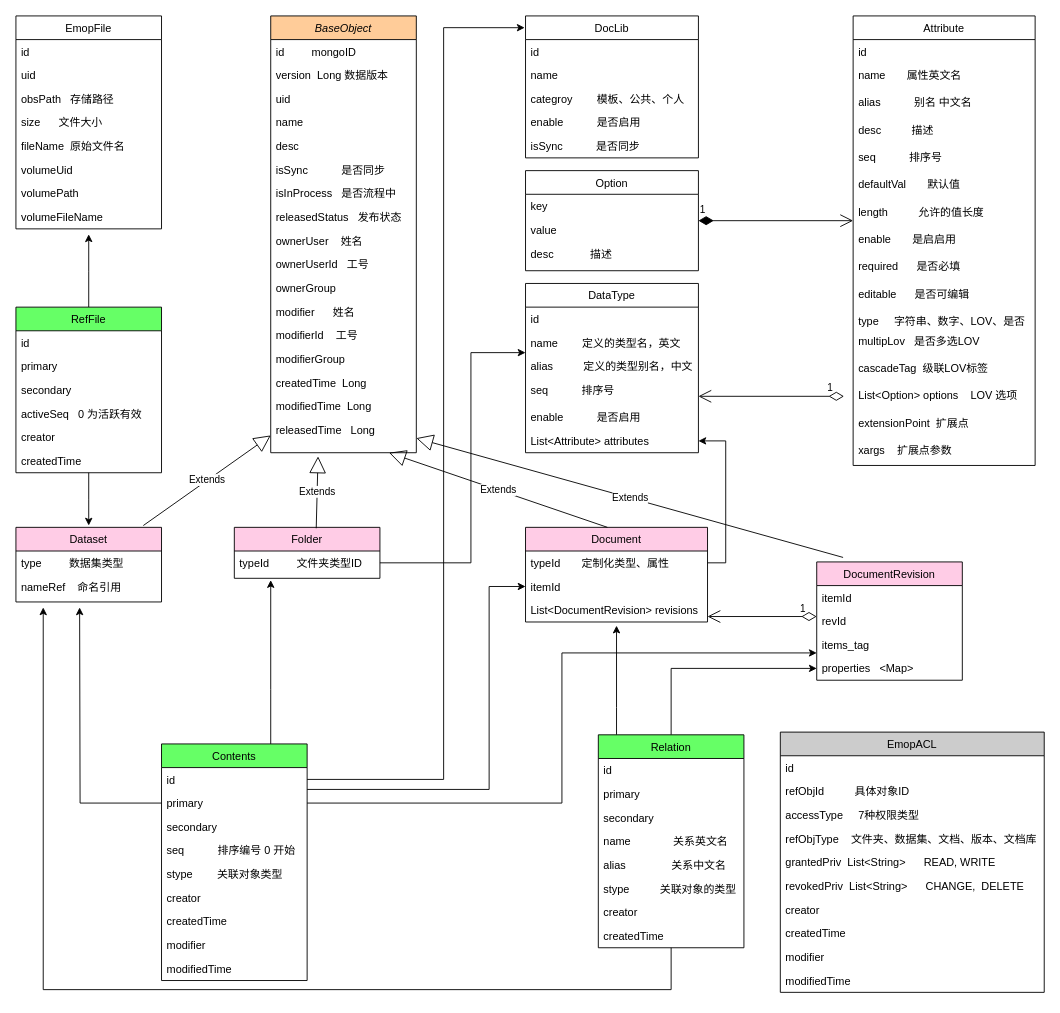
This is doc.drawio from lvmq/emop, a draw.io file, before an edit. Source tidied: cells renumbered, new cells numbered last; positions are measured from the earlier drawing's top-left corner, leaving out a move shared by most shapes. Both pictures are drawn from the tidied source at 91%, with x=0, y=0 at pixel (15, 15).
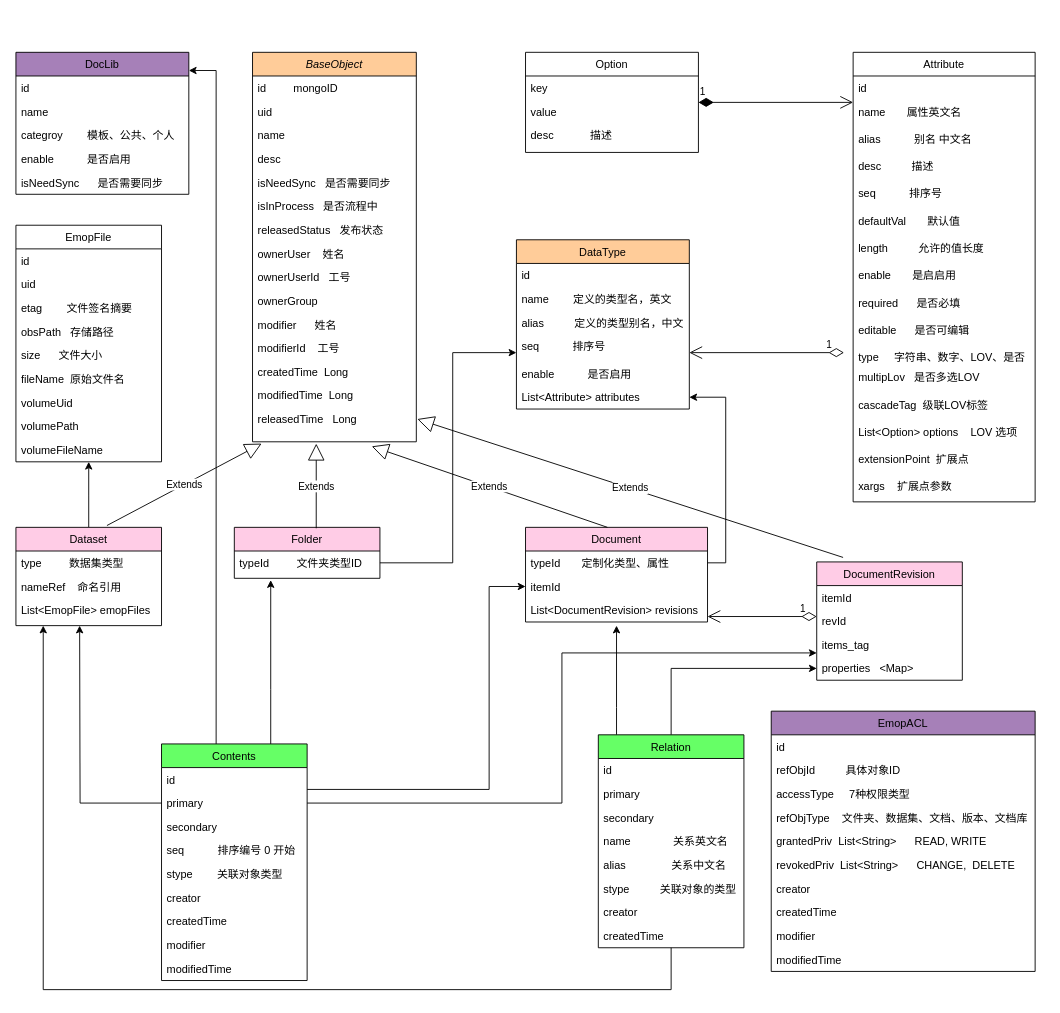
Above is the later version.

Unchanged cells that the change refers to:
```xml
<mxCell id="24" value="typeId         文件夹类型ID" style="text;align=left;verticalAlign=top;spacingLeft=4;spacingRight=4;overflow=hidden;points=[[0,0.5],[1,0.5]];portConstraint=eastwest;" parent="23" vertex="1">
  <mxGeometry y="26" width="160" height="26" as="geometry" />
</mxCell>
<mxCell id="29" value="DocumentRevision" style="swimlane;fontStyle=0;align=center;verticalAlign=top;horizontal=1;startSize=26;rounded=0;shadow=0;strokeWidth=1;fillColor=#FFCCE6;" parent="1" vertex="1">
  <mxGeometry x="880" y="600" width="160" height="130" as="geometry" />
</mxCell>
<mxCell id="53" value="Contents" style="swimlane;fontStyle=0;align=center;verticalAlign=top;horizontal=1;startSize=26;rounded=0;shadow=0;strokeWidth=1;fillColor=#66FF66;" parent="1" vertex="1">
  <mxGeometry x="160" y="800" width="160" height="260" as="geometry" />
</mxCell>
<mxCell id="54" value="id" style="text;align=left;verticalAlign=top;spacingLeft=4;spacingRight=4;overflow=hidden;points=[[0,0.5],[1,0.5]];portConstraint=eastwest;" parent="53" vertex="1">
  <mxGeometry y="26" width="160" height="26" as="geometry" />
</mxCell>
<mxCell id="55" value="primary" style="text;align=left;verticalAlign=top;spacingLeft=4;spacingRight=4;overflow=hidden;points=[[0,0.5],[1,0.5]];portConstraint=eastwest;" parent="53" vertex="1">
  <mxGeometry y="52" width="160" height="26" as="geometry" />
</mxCell>
<mxCell id="73" value="createdTime" style="text;align=left;verticalAlign=top;spacingLeft=4;spacingRight=4;overflow=hidden;points=[[0,0.5],[1,0.5]];portConstraint=eastwest;" parent="65" vertex="1">
  <mxGeometry y="208" width="160" height="26" as="geometry" />
</mxCell>
```

What changed in the source:
```diff
@@
     <mxCell id="2" value="BaseObject&#10;" style="swimlane;fontStyle=2;align=center;verticalAlign=top;horizontal=1;startSize=26;rounded=0;shadow=0;strokeWidth=1;fillColor=#FFCC99;" parent="1" vertex="1">
-      <mxGeometry x="280" width="160" height="480" as="geometry" />
+      <mxGeometry x="260" y="40" width="180" height="428" as="geometry" />
     </mxCell>
     <mxCell id="3" value="id         mongoID" style="text;align=left;verticalAlign=top;spacingLeft=4;spacingRight=4;overflow=hidden;rounded=0;shadow=0;html=0;" parent="2" vertex="1">
-      <mxGeometry y="26" width="160" height="26" as="geometry" />
+      <mxGeometry y="26" width="180" height="26" as="geometry" />
     </mxCell>
-    <mxCell id="4" value="version  Long 数据版本" style="text;align=left;verticalAlign=top;spacingLeft=4;spacingRight=4;overflow=hidden;rounded=0;shadow=0;html=0;" parent="2" vertex="1">
-      <mxGeometry y="52" width="160" height="26" as="geometry" />
-    </mxCell>
     <mxCell id="5" value="uid" style="text;align=left;verticalAlign=top;spacingLeft=4;spacingRight=4;overflow=hidden;rounded=0;shadow=0;html=0;" parent="2" vertex="1">
-      <mxGeometry y="78" width="160" height="26" as="geometry" />
+      <mxGeometry y="52" width="180" height="26" as="geometry" />
     </mxCell>
     <mxCell id="6" value="name" style="text;align=left;verticalAlign=top;spacingLeft=4;spacingRight=4;overflow=hidden;" parent="2" vertex="1">
-      <mxGeometry y="104" width="160" height="26" as="geometry" />
+      <mxGeometry y="78" width="180" height="26" as="geometry" />
     </mxCell>
     <mxCell id="7" value="desc" style="text;align=left;verticalAlign=top;spacingLeft=4;spacingRight=4;overflow=hidden;rounded=0;shadow=0;html=0;" parent="2" vertex="1">
-      <mxGeometry y="130" width="160" height="26" as="geometry" />
+      <mxGeometry y="104" width="180" height="26" as="geometry" />
     </mxCell>
-    <mxCell id="8" value="isSync           是否同步" style="text;align=left;verticalAlign=top;spacingLeft=4;spacingRight=4;overflow=hidden;" parent="2" vertex="1">
-      <mxGeometry y="156" width="160" height="26" as="geometry" />
+    <mxCell id="8" value="isNeedSync   是否需要同步" style="text;align=left;verticalAlign=top;spacingLeft=4;spacingRight=4;overflow=hidden;" parent="2" vertex="1">
+      <mxGeometry y="130" width="180" height="26" as="geometry" />
     </mxCell>
     <mxCell id="9" value="isInProcess   是否流程中" style="text;align=left;verticalAlign=top;spacingLeft=4;spacingRight=4;overflow=hidden;" parent="2" vertex="1">
-      <mxGeometry y="182" width="160" height="26" as="geometry" />
+      <mxGeometry y="156" width="180" height="26" as="geometry" />
     </mxCell>
     <mxCell id="10" value="releasedStatus   发布状态" style="text;align=left;verticalAlign=top;spacingLeft=4;spacingRight=4;overflow=hidden;rounded=0;shadow=0;html=0;" parent="2" vertex="1">
-      <mxGeometry y="208" width="160" height="26" as="geometry" />
+      <mxGeometry y="182" width="180" height="26" as="geometry" />
     </mxCell>
     <mxCell id="11" value="ownerUser    姓名" style="text;align=left;verticalAlign=top;spacingLeft=4;spacingRight=4;overflow=hidden;rounded=0;shadow=0;html=0;" parent="2" vertex="1">
-      <mxGeometry y="234" width="160" height="26" as="geometry" />
+      <mxGeometry y="208" width="180" height="26" as="geometry" />
     </mxCell>
     <mxCell id="12" value="ownerUserId   工号" style="text;align=left;verticalAlign=top;spacingLeft=4;spacingRight=4;overflow=hidden;rounded=0;shadow=0;html=0;" parent="2" vertex="1">
-      <mxGeometry y="260" width="160" height="26" as="geometry" />
+      <mxGeometry y="234" width="180" height="26" as="geometry" />
     </mxCell>
     <mxCell id="13" value="ownerGroup" style="text;align=left;verticalAlign=top;spacingLeft=4;spacingRight=4;overflow=hidden;rounded=0;shadow=0;html=0;" parent="2" vertex="1">
-      <mxGeometry y="286" width="160" height="26" as="geometry" />
+      <mxGeometry y="260" width="180" height="26" as="geometry" />
     </mxCell>
     <mxCell id="14" value="modifier      姓名" style="text;align=left;verticalAlign=top;spacingLeft=4;spacingRight=4;overflow=hidden;rounded=0;shadow=0;html=0;" parent="2" vertex="1">
-      <mxGeometry y="312" width="160" height="26" as="geometry" />
+      <mxGeometry y="286" width="180" height="26" as="geometry" />
     </mxCell>
     <mxCell id="15" value="modifierId    工号" style="text;align=left;verticalAlign=top;spacingLeft=4;spacingRight=4;overflow=hidden;rounded=0;shadow=0;html=0;" parent="2" vertex="1">
-      <mxGeometry y="338" width="160" height="26" as="geometry" />
+      <mxGeometry y="312" width="180" height="26" as="geometry" />
     </mxCell>
-    <mxCell id="16" value="modifierGroup" style="text;align=left;verticalAlign=top;spacingLeft=4;spacingRight=4;overflow=hidden;rounded=0;shadow=0;html=0;" parent="2" vertex="1">
-      <mxGeometry y="364" width="160" height="26" as="geometry" />
-    </mxCell>
     <mxCell id="17" value="createdTime  Long" style="text;align=left;verticalAlign=top;spacingLeft=4;spacingRight=4;overflow=hidden;rounded=0;shadow=0;html=0;" parent="2" vertex="1">
-      <mxGeometry y="390" width="160" height="26" as="geometry" />
+      <mxGeometry y="338" width="180" height="26" as="geometry" />
     </mxCell>
     <mxCell id="18" value="modifiedTime  Long" style="text;align=left;verticalAlign=top;spacingLeft=4;spacingRight=4;overflow=hidden;rounded=0;shadow=0;html=0;" parent="2" vertex="1">
-      <mxGeometry y="416" width="160" height="26" as="geometry" />
+      <mxGeometry y="364" width="180" height="26" as="geometry" />
     </mxCell>
     <mxCell id="19" value="releasedTime   Long" style="text;align=left;verticalAlign=top;spacingLeft=4;spacingRight=4;overflow=hidden;points=[[0,0.5],[1,0.5]];portConstraint=eastwest;rounded=0;shadow=0;html=0;" parent="2" vertex="1">
-      <mxGeometry y="442" width="160" height="38" as="geometry" />
+      <mxGeometry y="390" width="180" height="38" as="geometry" />
     </mxCell>
+    <mxCell id="133" style="edgeStyle=orthogonalEdgeStyle;rounded=0;jettySize=auto;html=1;" parent="1" edge="1" source="20">
+      <mxGeometry relative="1" as="geometry">
+        <mxPoint x="80" y="490" as="targetPoint" />
+      </mxGeometry>
+    </mxCell>
     <mxCell id="20" value="Dataset&#10;" style="swimlane;fontStyle=0;align=center;verticalAlign=top;horizontal=1;startSize=26;rounded=0;shadow=0;strokeWidth=1;fillColor=#FFCCE6;" parent="1" vertex="1">
-      <mxGeometry y="562" width="160" height="82" as="geometry" />
+      <mxGeometry y="562" width="160" height="108" as="geometry" />
     </mxCell>
@@
+    <mxCell id="134" value="List&lt;EmopFile&gt; emopFiles" style="text;align=left;verticalAlign=top;spacingLeft=4;spacingRight=4;overflow=hidden;" parent="20" vertex="1">
+      <mxGeometry y="78" width="160" height="26" as="geometry" />
+    </mxCell>
@@
     <mxCell id="34" value="EmopFile" style="swimlane;fontStyle=0;align=center;verticalAlign=top;horizontal=1;startSize=26;rounded=0;shadow=0;strokeWidth=1;" parent="1" vertex="1">
-      <mxGeometry width="160" height="234" as="geometry" />
+      <mxGeometry y="230" width="160" height="260" as="geometry" />
     </mxCell>
@@
+    <mxCell id="135" value="etag        文件签名摘要" style="text;align=left;verticalAlign=top;spacingLeft=4;spacingRight=4;overflow=hidden;" parent="34" vertex="1">
+      <mxGeometry y="78" width="160" height="26" as="geometry" />
+    </mxCell>
     <mxCell id="37" value="obsPath   存储路径" style="text;align=left;verticalAlign=top;spacingLeft=4;spacingRight=4;overflow=hidden;" parent="34" vertex="1">
-      <mxGeometry y="78" width="160" height="26" as="geometry" />
+      <mxGeometry y="104" width="160" height="26" as="geometry" />
     </mxCell>
     <mxCell id="38" value="size      文件大小" style="text;align=left;verticalAlign=top;spacingLeft=4;spacingRight=4;overflow=hidden;" parent="34" vertex="1">
-      <mxGeometry y="104" width="160" height="26" as="geometry" />
+      <mxGeometry y="130" width="160" height="26" as="geometry" />
     </mxCell>
     <mxCell id="39" value="fileName  原始文件名" style="text;align=left;verticalAlign=top;spacingLeft=4;spacingRight=4;overflow=hidden;" parent="34" vertex="1">
-      <mxGeometry y="130" width="160" height="26" as="geometry" />
+      <mxGeometry y="156" width="160" height="26" as="geometry" />
     </mxCell>
     <mxCell id="40" value="volumeUid" style="text;align=left;verticalAlign=top;spacingLeft=4;spacingRight=4;overflow=hidden;" parent="34" vertex="1">
-      <mxGeometry y="156" width="160" height="26" as="geometry" />
+      <mxGeometry y="182" width="160" height="26" as="geometry" />
     </mxCell>
     <mxCell id="41" value="volumePath" style="text;align=left;verticalAlign=top;spacingLeft=4;spacingRight=4;overflow=hidden;" parent="34" vertex="1">
-      <mxGeometry y="182" width="160" height="26" as="geometry" />
+      <mxGeometry y="208" width="160" height="26" as="geometry" />
     </mxCell>
     <mxCell id="42" value="volumeFileName" style="text;align=left;verticalAlign=top;spacingLeft=4;spacingRight=4;overflow=hidden;" parent="34" vertex="1">
-      <mxGeometry y="208" width="160" height="26" as="geometry" />
+      <mxGeometry y="234" width="160" height="26" as="geometry" />
     </mxCell>
-    <mxCell id="43" style="edgeStyle=orthogonalEdgeStyle;rounded=0;jettySize=auto;html=1;" parent="1" edge="1" source="45">
-      <mxGeometry relative="1" as="geometry">
-        <mxPoint x="80" y="240" as="targetPoint" />
-      </mxGeometry>
-    </mxCell>
-    <mxCell id="44" style="edgeStyle=orthogonalEdgeStyle;rounded=0;jettySize=auto;html=1;" parent="1" edge="1" source="45">
-      <mxGeometry relative="1" as="geometry">
-        <mxPoint x="80" y="560" as="targetPoint" />
-      </mxGeometry>
-    </mxCell>
-    <mxCell id="45" value="RefFile" style="swimlane;fontStyle=0;align=center;verticalAlign=top;horizontal=1;startSize=26;rounded=0;shadow=0;strokeWidth=1;fillColor=#66FF66;" parent="1" vertex="1">
-      <mxGeometry y="320" width="160" height="182" as="geometry" />
-    </mxCell>
-    <mxCell id="46" value="id" style="text;align=left;verticalAlign=top;spacingLeft=4;spacingRight=4;overflow=hidden;" parent="45" vertex="1">
-      <mxGeometry y="26" width="160" height="26" as="geometry" />
-    </mxCell>
-    <mxCell id="47" value="primary" style="text;align=left;verticalAlign=top;spacingLeft=4;spacingRight=4;overflow=hidden;" parent="45" vertex="1">
-      <mxGeometry y="52" width="160" height="26" as="geometry" />
-    </mxCell>
-    <mxCell id="48" value="secondary" style="text;align=left;verticalAlign=top;spacingLeft=4;spacingRight=4;overflow=hidden;" parent="45" vertex="1">
-      <mxGeometry y="78" width="160" height="26" as="geometry" />
-    </mxCell>
-    <mxCell id="49" value="activeSeq   0 为活跃有效" style="text;align=left;verticalAlign=top;spacingLeft=4;spacingRight=4;overflow=hidden;" parent="45" vertex="1">
-      <mxGeometry y="104" width="160" height="26" as="geometry" />
-    </mxCell>
-    <mxCell id="50" value="creator" style="text;align=left;verticalAlign=top;spacingLeft=4;spacingRight=4;overflow=hidden;" parent="45" vertex="1">
-      <mxGeometry y="130" width="160" height="26" as="geometry" />
-    </mxCell>
-    <mxCell id="51" value="createdTime" style="text;align=left;verticalAlign=top;spacingLeft=4;spacingRight=4;overflow=hidden;" parent="45" vertex="1">
-      <mxGeometry y="156" width="160" height="26" as="geometry" />
-    </mxCell>
@@
+    <mxCell id="136" style="edgeStyle=orthogonalEdgeStyle;rounded=0;jettySize=auto;html=1;entryX=1;entryY=0.128;entryDx=0;entryDy=0;entryPerimeter=0;" parent="1" edge="1" source="53" target="99">
+      <mxGeometry relative="1" as="geometry">
+        <Array as="points">
+          <mxPoint x="220" y="60" />
+        </Array>
+      </mxGeometry>
+    </mxCell>
@@
-    <mxCell id="74" value="DataType" style="swimlane;fontStyle=0;align=center;verticalAlign=top;horizontal=1;startSize=26;rounded=0;shadow=0;strokeWidth=1;" parent="1" vertex="1">
-      <mxGeometry x="560" y="294" width="190" height="186" as="geometry" />
+    <mxCell id="74" value="DataType" style="swimlane;fontStyle=0;align=center;verticalAlign=top;horizontal=1;startSize=26;rounded=0;shadow=0;strokeWidth=1;fillColor=#FFCC99;" parent="1" vertex="1">
+      <mxGeometry x="550" y="246" width="190" height="186" as="geometry" />
     </mxCell>
@@
     <mxCell id="81" value="Attribute" style="swimlane;fontStyle=0;align=center;verticalAlign=top;horizontal=1;startSize=26;rounded=0;shadow=0;strokeWidth=1;" parent="1" vertex="1">
-      <mxGeometry x="920" width="200" height="494" as="geometry" />
+      <mxGeometry x="920" y="40" width="200" height="494" as="geometry" />
     </mxCell>
@@
     <mxCell id="98" value="1" style="endArrow=open;html=1;endSize=12;startArrow=diamondThin;startSize=14;startFill=1;edgeStyle=orthogonalEdgeStyle;align=left;verticalAlign=bottom;rounded=0;" parent="1" edge="1">
       <mxGeometry x="-1" y="3" relative="1" as="geometry">
-        <mxPoint x="750" y="225" as="sourcePoint" />
-        <mxPoint x="920" y="225" as="targetPoint" />
+        <mxPoint x="750" y="95" as="sourcePoint" />
+        <mxPoint x="920" y="95" as="targetPoint" />
         <Array as="points">
-          <mxPoint x="910" y="225.5" />
-          <mxPoint x="910" y="225.5" />
+          <mxPoint x="910" y="95.5" />
+          <mxPoint x="910" y="95.5" />
         </Array>
       </mxGeometry>
     </mxCell>
-    <mxCell id="99" value="DocLib" style="swimlane;fontStyle=0;align=center;verticalAlign=top;horizontal=1;startSize=26;rounded=0;shadow=0;strokeWidth=1;" parent="1" vertex="1">
-      <mxGeometry x="560" width="190" height="156" as="geometry" />
+    <mxCell id="99" value="DocLib" style="swimlane;fontStyle=0;align=center;verticalAlign=top;horizontal=1;startSize=26;rounded=0;shadow=0;strokeWidth=1;fillColor=#A680B8;" parent="1" vertex="1">
+      <mxGeometry y="40" width="190" height="156" as="geometry" />
     </mxCell>
@@
-    <mxCell id="104" value="isSync           是否同步" style="text;align=left;verticalAlign=top;spacingLeft=4;spacingRight=4;overflow=hidden;" parent="99" vertex="1">
+    <mxCell id="104" value="isNeedSync      是否需要同步" style="text;align=left;verticalAlign=top;spacingLeft=4;spacingRight=4;overflow=hidden;" parent="99" vertex="1">
       <mxGeometry y="130" width="190" height="26" as="geometry" />
     </mxCell>
     <mxCell id="105" value="Option" style="swimlane;fontStyle=0;align=center;verticalAlign=top;horizontal=1;startSize=26;rounded=0;shadow=0;strokeWidth=1;" parent="1" vertex="1">
-      <mxGeometry x="560" y="170" width="190" height="110" as="geometry" />
+      <mxGeometry x="560" y="40" width="190" height="110" as="geometry" />
     </mxCell>
@@
     <mxCell id="109" value="1" style="endArrow=open;html=1;endSize=12;startArrow=diamondThin;startSize=14;startFill=0;edgeStyle=orthogonalEdgeStyle;align=left;verticalAlign=bottom;rounded=0;" parent="1" edge="1">
       <mxGeometry x="-0.75" relative="1" as="geometry">
-        <mxPoint x="910" y="418" as="sourcePoint" />
-        <mxPoint x="750" y="418" as="targetPoint" />
+        <mxPoint x="910" y="370" as="sourcePoint" />
+        <mxPoint x="740" y="370" as="targetPoint" />
       </mxGeometry>
     </mxCell>
     <mxCell id="110" style="edgeStyle=orthogonalEdgeStyle;rounded=0;jettySize=auto;html=1;" parent="1" edge="1" source="55">
       <mxGeometry relative="1" as="geometry">
-        <mxPoint x="70" y="650" as="targetPoint" />
+        <mxPoint x="70" y="670" as="targetPoint" />
       </mxGeometry>
     </mxCell>
@@
     <mxCell id="114" style="edgeStyle=orthogonalEdgeStyle;rounded=0;jettySize=auto;html=1;" parent="1" edge="1" source="73">
       <mxGeometry relative="1" as="geometry">
-        <mxPoint x="30" y="650" as="targetPoint" />
+        <mxPoint x="30" y="670" as="targetPoint" />
         <Array as="points">
           <mxPoint x="720" y="1070" />
           <mxPoint x="30" y="1070" />
         </Array>
       </mxGeometry>
     </mxCell>
-    <mxCell id="115" style="edgeStyle=orthogonalEdgeStyle;rounded=0;jettySize=auto;html=1;entryX=-0.005;entryY=0.083;entryDx=0;entryDy=0;entryPerimeter=0;" parent="1" edge="1" source="54" target="99">
-      <mxGeometry relative="1" as="geometry">
-        <Array as="points">
-          <mxPoint x="470" y="839" />
-          <mxPoint x="470" y="13" />
-        </Array>
-      </mxGeometry>
-    </mxCell>
-    <mxCell id="116" value="Extends" style="endArrow=block;endSize=16;endFill=0;html=1;rounded=0;entryX=0;entryY=0.5;entryDx=0;entryDy=0;" parent="1" edge="1" target="19">
+    <mxCell id="116" value="Extends" style="endArrow=block;endSize=16;endFill=0;html=1;rounded=0;" parent="1" edge="1">
       <mxGeometry relative="1" as="geometry">
-        <mxPoint x="140" y="560" as="sourcePoint" />
+        <mxPoint x="100" y="560" as="sourcePoint" />
+        <mxPoint x="270" y="470" as="targetPoint" />
       </mxGeometry>
     </mxCell>
-    <mxCell id="117" value="Extends" style="endArrow=block;endSize=16;endFill=0;html=1;rounded=0;entryX=0.325;entryY=1.105;entryDx=0;entryDy=0;entryPerimeter=0;" parent="1" edge="1" target="19">
+    <mxCell id="117" value="Extends" style="endArrow=block;endSize=16;endFill=0;html=1;rounded=0;entryX=0.389;entryY=1.053;entryDx=0;entryDy=0;entryPerimeter=0;" parent="1" edge="1" target="19">
       <mxGeometry relative="1" as="geometry">
         <mxPoint x="330" y="563" as="sourcePoint" />
       </mxGeometry>
     </mxCell>
-    <mxCell id="118" value="Extends" style="endArrow=block;endSize=16;endFill=0;html=1;rounded=0;" parent="1" edge="1">
+    <mxCell id="118" value="Extends" style="endArrow=block;endSize=16;endFill=0;html=1;rounded=0;entryX=0.728;entryY=1.132;entryDx=0;entryDy=0;entryPerimeter=0;" parent="1" edge="1" target="19">
       <mxGeometry relative="1" as="geometry">
         <mxPoint x="650" y="562" as="sourcePoint" />
-        <mxPoint x="410" y="480" as="targetPoint" />
       </mxGeometry>
     </mxCell>
-    <mxCell id="119" value="Extends" style="endArrow=block;endSize=16;endFill=0;html=1;rounded=0;entryX=0.813;entryY=1.263;entryDx=0;entryDy=0;entryPerimeter=0;exitX=0.181;exitY=-0.038;exitDx=0;exitDy=0;exitPerimeter=0;" parent="1" edge="1" source="29">
-      <mxGeometry relative="1" as="geometry">
-        <mxPoint x="440" y="464" as="targetPoint" />
-      </mxGeometry>
+    <mxCell id="119" value="Extends" style="endArrow=block;endSize=16;endFill=0;html=1;rounded=0;entryX=1.006;entryY=0.342;entryDx=0;entryDy=0;entryPerimeter=0;exitX=0.181;exitY=-0.038;exitDx=0;exitDy=0;exitPerimeter=0;" parent="1" edge="1" source="29" target="19">
+      <mxGeometry relative="1" as="geometry" />
     </mxCell>
     <mxCell id="120" style="edgeStyle=orthogonalEdgeStyle;rounded=0;jettySize=auto;html=1;" parent="1" edge="1" source="24">
       <mxGeometry relative="1" as="geometry">
-        <mxPoint x="560" y="370" as="targetPoint" />
+        <mxPoint x="550" y="370" as="targetPoint" />
         <Array as="points">
-          <mxPoint x="500" y="601" />
-          <mxPoint x="500" y="370" />
-          <mxPoint x="560" y="370" />
+          <mxPoint x="480" y="601" />
+          <mxPoint x="480" y="370" />
         </Array>
       </mxGeometry>
     </mxCell>
@@
-    <mxCell id="122" value="EmopACL" style="swimlane;fontStyle=0;align=center;verticalAlign=top;horizontal=1;startSize=26;rounded=0;shadow=0;strokeWidth=1;fillColor=#CCCCCC;" parent="1" vertex="1">
-      <mxGeometry x="840" y="787" width="290" height="286" as="geometry" />
+    <mxCell id="122" value="EmopACL" style="swimlane;fontStyle=0;align=center;verticalAlign=top;horizontal=1;startSize=26;rounded=0;shadow=0;strokeWidth=1;fillColor=#A680B8;" parent="1" vertex="1">
+      <mxGeometry x="830" y="764" width="290" height="286" as="geometry" />
     </mxCell>
```
